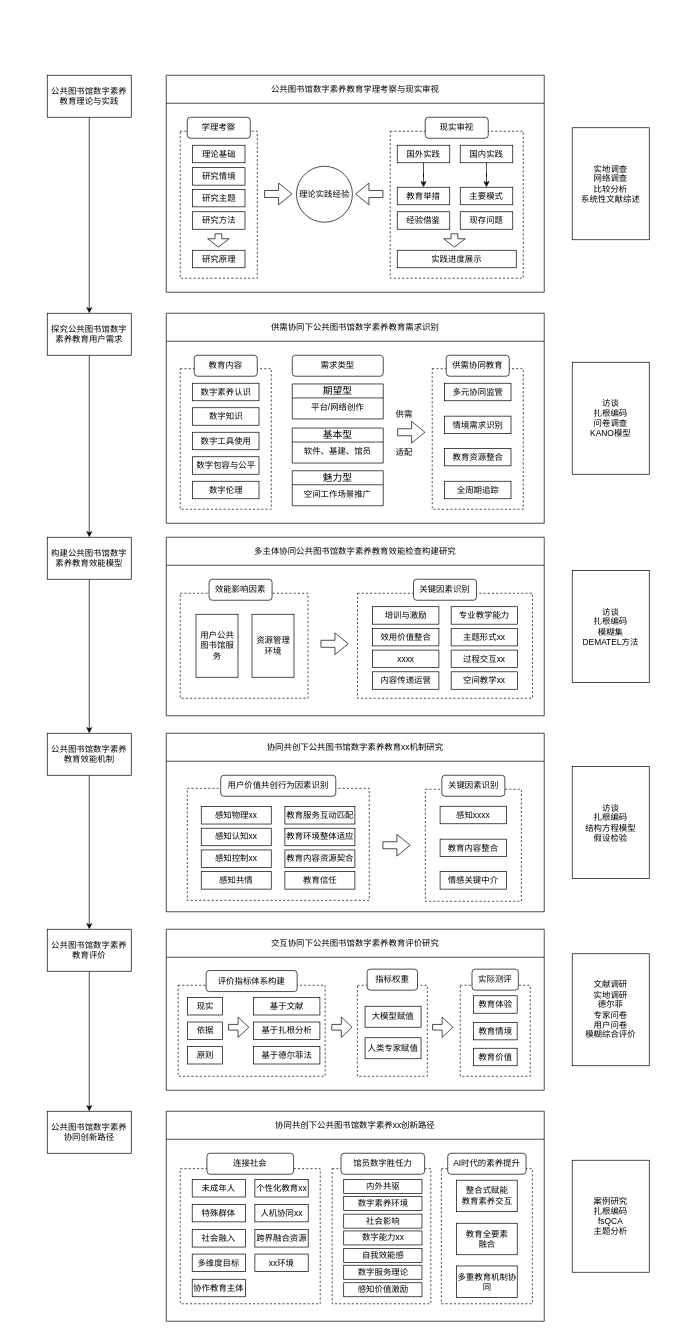
This is 未命名绘图.drawio from zbassmt/drawio, a draw.io file, before an edit. Source tidied: cells renumbered, new cells numbered last; positions are measured from the earlier drawing's top-left corner, leaving out a move shared by most shapes. Both pictures are drawn from the tidied source at 70%, with x=0, y=0 at pixel (47, 75).
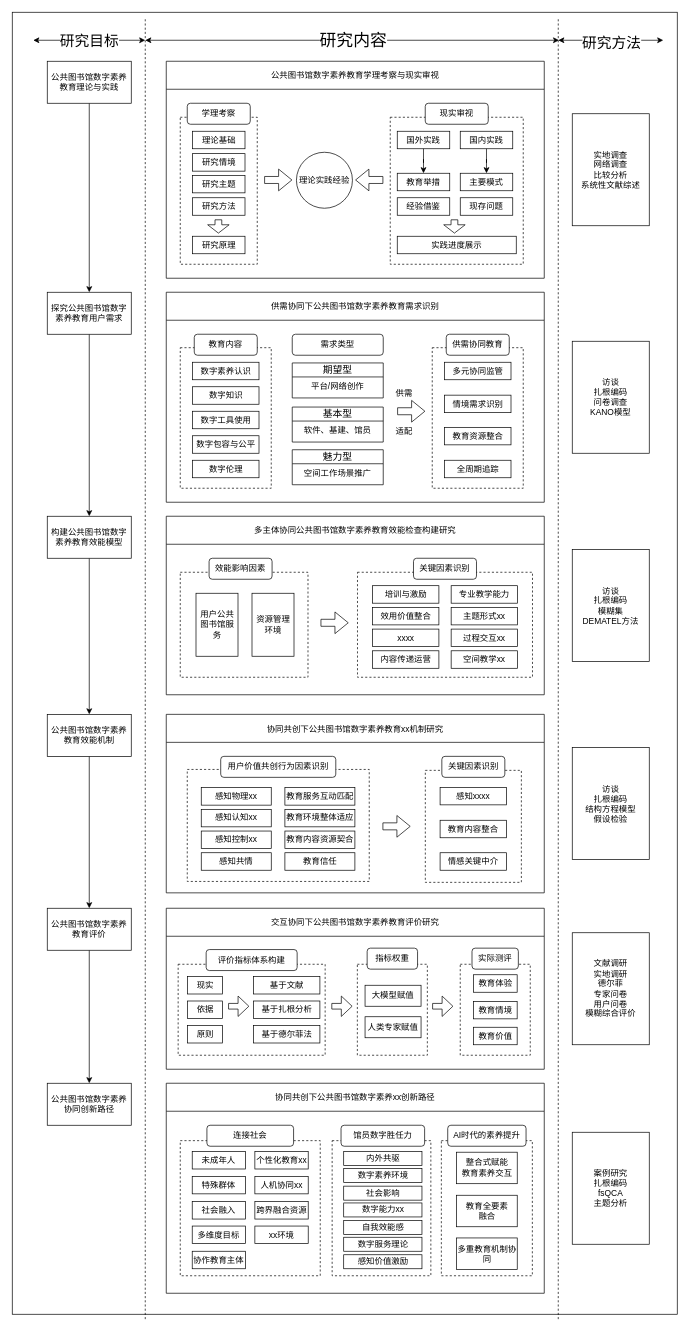
After the change.

Commit message (it also covers changes not shown here):
更新未命名绘图.drawio

Diff of the diagram source:
```diff
@@
+    <mxCell id="169" style="rounded=0;whiteSpace=wrap;html=1;" parent="1" vertex="1">
+      <mxGeometry x="-50" y="-90" width="950" height="1860" as="geometry" />
+    </mxCell>
     <mxCell id="2" style="group;" parent="1" vertex="1">
-      <mxGeometry x="170" y="1220" width="540" height="230" as="geometry" />
+      <mxGeometry x="170" y="1190" width="540" height="230" as="geometry" />
     </mxCell>
@@
     <mxCell id="24" style="group;" parent="1" vertex="1">
-      <mxGeometry x="170" y="340" width="540" height="300" as="geometry" />
+      <mxGeometry x="170" y="310" width="540" height="300" as="geometry" />
     </mxCell>
@@
     <mxCell id="54" style="group;" parent="1" vertex="1">
-      <mxGeometry x="170" y="660" width="540" height="255" as="geometry" />
+      <mxGeometry x="170" y="630" width="540" height="255" as="geometry" />
     </mxCell>
@@
     <mxCell id="73" style="group;" parent="1" vertex="1">
-      <mxGeometry x="170" y="940" width="540" height="255" as="geometry" />
+      <mxGeometry x="170" y="913" width="540" height="255" as="geometry" />
     </mxCell>
@@
     <mxCell id="93" style="group;" parent="1" vertex="1">
-      <mxGeometry x="170" y="1480" width="540" height="300" as="geometry" />
+      <mxGeometry x="170" y="1440" width="540" height="300" as="geometry" />
     </mxCell>
@@
     <mxCell id="125" style="group;" parent="1" vertex="1">
-      <mxGeometry x="170" width="540" height="310" as="geometry" />
+      <mxGeometry x="170" y="-20" width="540" height="310" as="geometry" />
     </mxCell>
@@
     <mxCell id="153" value="公共图书馆数字素养教育理论与实践" style="rounded=0;whiteSpace=wrap;html=1;" parent="1" vertex="1">
-      <mxGeometry width="120" height="60" as="geometry" />
+      <mxGeometry y="-20" width="120" height="60" as="geometry" />
     </mxCell>
@@
     <mxCell id="155" value="探究公共图书馆数字素养教育用户需求" style="rounded=0;whiteSpace=wrap;html=1;" parent="1" vertex="1">
-      <mxGeometry y="340" width="120" height="60" as="geometry" />
+      <mxGeometry y="310" width="120" height="60" as="geometry" />
     </mxCell>
@@
     <mxCell id="157" value="构建公共图书馆数字素养教育效能模型" style="rounded=0;whiteSpace=wrap;html=1;" parent="1" vertex="1">
-      <mxGeometry y="660" width="120" height="60" as="geometry" />
+      <mxGeometry y="630" width="120" height="60" as="geometry" />
     </mxCell>
@@
     <mxCell id="159" value="公共图书馆数字素养教育效能机制" style="rounded=0;whiteSpace=wrap;html=1;" parent="1" vertex="1">
-      <mxGeometry y="940" width="120" height="60" as="geometry" />
+      <mxGeometry y="913" width="120" height="60" as="geometry" />
     </mxCell>
@@
     <mxCell id="161" value="公共图书馆数字素养教育评价" style="rounded=0;whiteSpace=wrap;html=1;" parent="1" vertex="1">
-      <mxGeometry y="1220" width="120" height="60" as="geometry" />
+      <mxGeometry y="1190" width="120" height="60" as="geometry" />
     </mxCell>
     <mxCell id="162" value="公共图书馆数字素养协同创新路径" style="rounded=0;whiteSpace=wrap;html=1;" parent="1" vertex="1">
-      <mxGeometry y="1480" width="120" height="60" as="geometry" />
+      <mxGeometry y="1440" width="120" height="60" as="geometry" />
     </mxCell>
     <mxCell id="163" value="实地调查&lt;div&gt;网络调查&lt;/div&gt;&lt;div&gt;比较分析&lt;/div&gt;&lt;div&gt;系统性文献综述&lt;/div&gt;" style="rounded=0;whiteSpace=wrap;html=1;" parent="1" vertex="1">
-      <mxGeometry x="750" y="75" width="110" height="160" as="geometry" />
+      <mxGeometry x="750" y="55" width="110" height="160" as="geometry" />
     </mxCell>
     <mxCell id="164" value="访谈&lt;div&gt;扎根编码&lt;/div&gt;&lt;div&gt;问卷调查&lt;/div&gt;&lt;div&gt;KANO模型&lt;/div&gt;" style="rounded=0;whiteSpace=wrap;html=1;" parent="1" vertex="1">
-      <mxGeometry x="750" y="410" width="110" height="160" as="geometry" />
+      <mxGeometry x="750" y="380" width="110" height="160" as="geometry" />
     </mxCell>
     <mxCell id="165" value="访谈&lt;div&gt;扎根编码&lt;/div&gt;&lt;div&gt;模糊集&lt;/div&gt;&lt;div&gt;DEMATEL方法&lt;/div&gt;" style="rounded=0;whiteSpace=wrap;html=1;" parent="1" vertex="1">
-      <mxGeometry x="750" y="707.5" width="110" height="160" as="geometry" />
+      <mxGeometry x="750" y="677.5" width="110" height="160" as="geometry" />
     </mxCell>
     <mxCell id="166" value="访谈&lt;div&gt;扎根编码&lt;/div&gt;&lt;div&gt;结构方程模型&lt;/div&gt;&lt;div&gt;假设检验&lt;/div&gt;" style="rounded=0;whiteSpace=wrap;html=1;" parent="1" vertex="1">
-      <mxGeometry x="750" y="987.5" width="110" height="160" as="geometry" />
+      <mxGeometry x="750" y="960.5" width="110" height="160" as="geometry" />
     </mxCell>
     <mxCell id="167" value="文献调研&lt;div&gt;实地调研&lt;/div&gt;&lt;div&gt;德尔菲&lt;/div&gt;&lt;div&gt;专家问卷&lt;/div&gt;&lt;div&gt;用户问卷&lt;/div&gt;&lt;div&gt;模糊综合评价&lt;/div&gt;" style="rounded=0;whiteSpace=wrap;html=1;" parent="1" vertex="1">
-      <mxGeometry x="750" y="1255" width="110" height="160" as="geometry" />
+      <mxGeometry x="750" y="1225" width="110" height="160" as="geometry" />
     </mxCell>
     <mxCell id="168" value="案例研究&lt;div&gt;扎根编码&lt;/div&gt;&lt;div&gt;fsQCA&lt;/div&gt;&lt;div&gt;主题分析&lt;/div&gt;" style="rounded=0;whiteSpace=wrap;html=1;" parent="1" vertex="1">
-      <mxGeometry x="750" y="1550" width="110" height="160" as="geometry" />
+      <mxGeometry x="750" y="1510" width="110" height="160" as="geometry" />
     </mxCell>
+    <mxCell id="170" style="endArrow=none;dashed=1;html=1;rounded=0;" parent="1" edge="1">
+      <mxGeometry relative="1" as="geometry">
+        <mxPoint x="140" y="-80" as="sourcePoint" />
+        <mxPoint x="140" y="1780" as="targetPoint" />
+      </mxGeometry>
+    </mxCell>
+    <mxCell id="171" style="endArrow=none;dashed=1;html=1;rounded=0;" parent="1" edge="1">
+      <mxGeometry relative="1" as="geometry">
+        <mxPoint x="730" y="-80" as="sourcePoint" />
+        <mxPoint x="730" y="1780" as="targetPoint" />
+      </mxGeometry>
+    </mxCell>
+    <mxCell id="172" style="endArrow=classic;startArrow=classic;html=1;rounded=0;" parent="1" edge="1">
+      <mxGeometry relative="1" as="geometry">
+        <mxPoint x="140" y="-50" as="sourcePoint" />
+        <mxPoint x="731.2" y="-50" as="targetPoint" />
+        <Array as="points">
+          <mxPoint x="400" y="-50" />
+        </Array>
+      </mxGeometry>
+    </mxCell>
+    <mxCell id="173" value="&lt;font style=&quot;font-size: 24px;&quot;&gt;研究内容&lt;/font&gt;" style="edgeLabel;html=1;align=center;verticalAlign=middle;" parent="172" vertex="1">
+      <mxGeometry x="0.04" relative="1" as="geometry">
+        <mxPoint x="-11" as="offset" />
+      </mxGeometry>
+    </mxCell>
+    <mxCell id="174" style="endArrow=classic;startArrow=classic;html=1;rounded=0;" parent="1" edge="1">
+      <mxGeometry relative="1" as="geometry">
+        <mxPoint x="-20" y="-50" as="sourcePoint" />
+        <mxPoint x="140" y="-50" as="targetPoint" />
+      </mxGeometry>
+    </mxCell>
+    <mxCell id="175" value="&lt;font style=&quot;font-size: 21px;&quot;&gt;研究目标&lt;/font&gt;" style="edgeLabel;html=1;align=center;verticalAlign=middle;" parent="174" vertex="1">
+      <mxGeometry x="-0.06" y="3" relative="1" as="geometry">
+        <mxPoint x="4" y="3" as="offset" />
+      </mxGeometry>
+    </mxCell>
+    <mxCell id="176" style="endArrow=classic;startArrow=classic;html=1;rounded=0;" parent="1" edge="1">
+      <mxGeometry relative="1" as="geometry">
+        <mxPoint x="730" y="-50" as="sourcePoint" />
+        <mxPoint x="880" y="-50" as="targetPoint" />
+      </mxGeometry>
+    </mxCell>
+    <mxCell id="177" value="&lt;font style=&quot;font-size: 21px;&quot;&gt;研究方法&lt;/font&gt;" style="edgeLabel;html=1;align=center;verticalAlign=middle;" parent="176" vertex="1">
+      <mxGeometry x="0.08" y="-2" relative="1" as="geometry">
+        <mxPoint x="-6" as="offset" />
+      </mxGeometry>
+    </mxCell>
```
